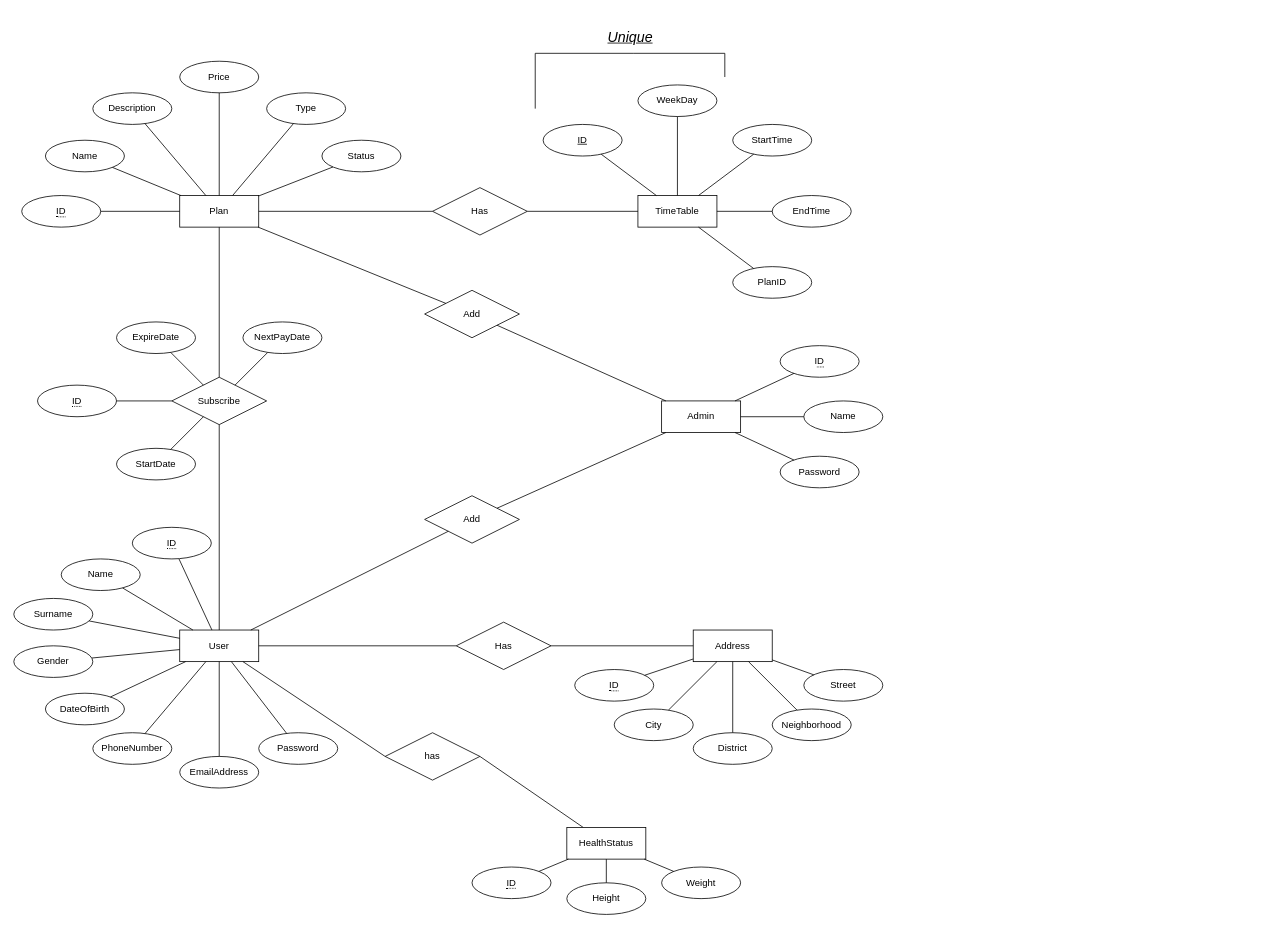
Before: ER_Diagram.drawio in batuhannoz/sports-club-management, a draw.io diagram. Source tidied: cells renumbered, new cells numbered last; positions are measured from the earlier drawing's top-left corner, leaving out a move shared by most shapes. Both pictures are drawn from the tidied source at 79%, with x=0, y=0 at pixel (13, 13).
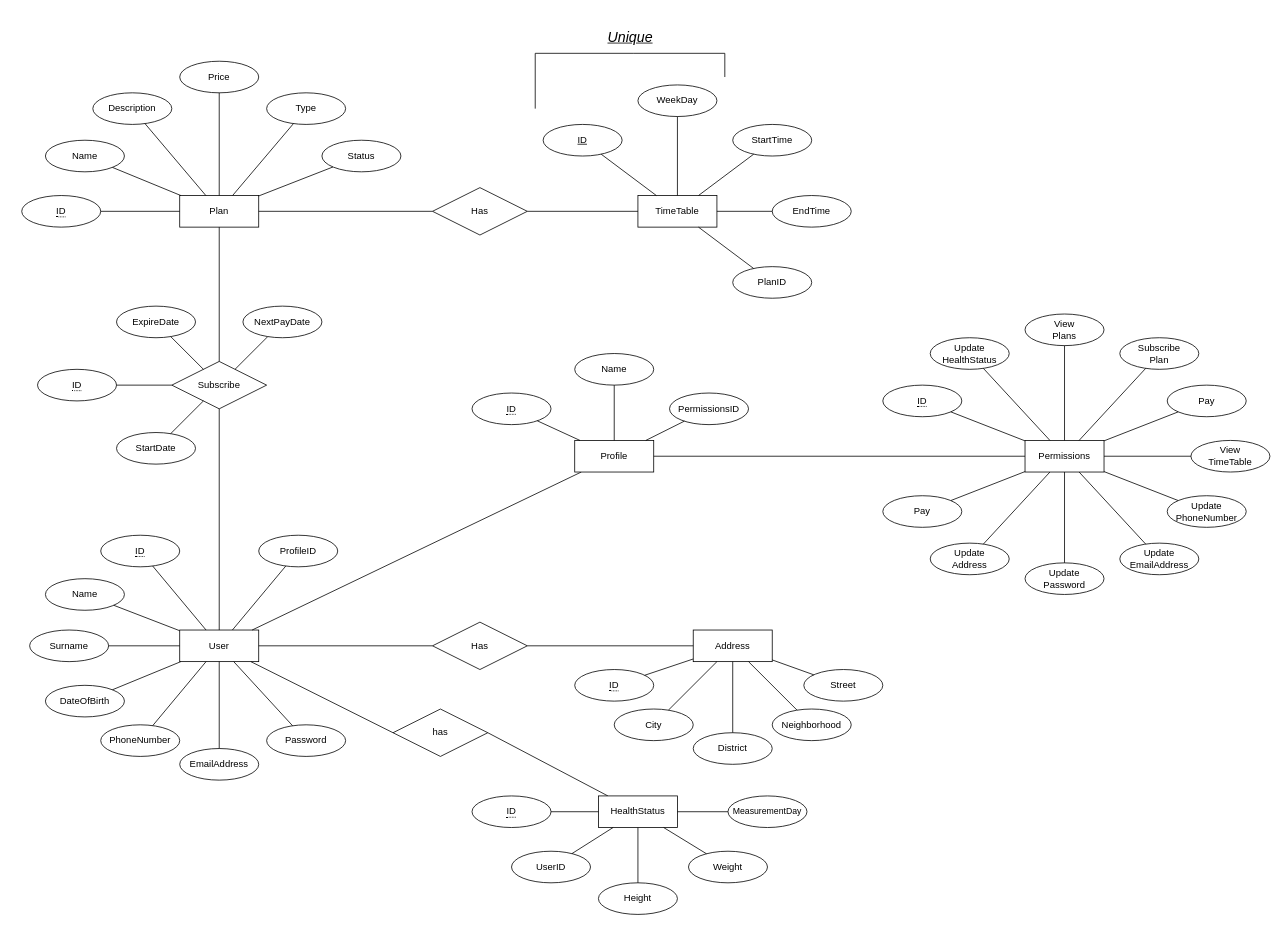
The same diagram, later.

Unchanged cells that the change refers to:
```xml
<mxCell id="2" value="User" style="whiteSpace=wrap;html=1;align=center;" parent="1" vertex="1">
  <mxGeometry x="210" y="780" width="100" height="40" as="geometry" />
</mxCell>
<mxCell id="33" value="Plan" style="whiteSpace=wrap;html=1;align=center;" parent="1" vertex="1">
  <mxGeometry x="210" y="230" width="100" height="40" as="geometry" />
</mxCell>
```

Diff of the diagram source:
```diff
@@
     <mxCell id="4" value="&lt;span style=&quot;border-bottom: 1px dotted&quot;&gt;ID&lt;/span&gt;" style="ellipse;whiteSpace=wrap;html=1;align=center;" parent="1" vertex="1">
-      <mxGeometry x="150" y="650" width="100" height="40" as="geometry" />
+      <mxGeometry x="110" y="660" width="100" height="40" as="geometry" />
     </mxCell>
     <mxCell id="5" value="Surname" style="ellipse;whiteSpace=wrap;html=1;align=center;" parent="1" vertex="1">
-      <mxGeometry y="740" width="100" height="40" as="geometry" />
+      <mxGeometry x="20" y="780" width="100" height="40" as="geometry" />
     </mxCell>
@@
     <mxCell id="7" value="DateOfBirth" style="ellipse;whiteSpace=wrap;html=1;align=center;" parent="1" vertex="1">
-      <mxGeometry x="40" y="860" width="100" height="40" as="geometry" />
+      <mxGeometry x="40" y="850" width="100" height="40" as="geometry" />
     </mxCell>
@@
     <mxCell id="9" value="EmailAddress" style="ellipse;whiteSpace=wrap;html=1;align=center;" parent="1" vertex="1">
-      <mxGeometry x="210" y="940" width="100" height="40" as="geometry" />
+      <mxGeometry x="210" y="930" width="100" height="40" as="geometry" />
     </mxCell>
@@
     <mxCell id="11" value="PhoneNumber" style="ellipse;whiteSpace=wrap;html=1;align=center;" parent="1" vertex="1">
-      <mxGeometry x="100" y="910" width="100" height="40" as="geometry" />
+      <mxGeometry x="110" y="900" width="100" height="40" as="geometry" />
     </mxCell>
@@
     <mxCell id="13" value="Name" style="ellipse;whiteSpace=wrap;html=1;align=center;" parent="1" vertex="1">
-      <mxGeometry x="60" y="690" width="100" height="40" as="geometry" />
+      <mxGeometry x="40" y="715" width="100" height="40" as="geometry" />
     </mxCell>
@@
-    <mxCell id="15" value="Gender" style="ellipse;whiteSpace=wrap;html=1;align=center;" parent="1" vertex="1">
-      <mxGeometry y="800" width="100" height="40" as="geometry" />
-    </mxCell>
-    <mxCell id="16" style="endArrow=none;html=1;rounded=0;" parent="1" edge="1" source="15" target="2">
-      <mxGeometry relative="1" as="geometry" />
-    </mxCell>
@@
     <mxCell id="18" value="Has" style="shape=rhombus;perimeter=rhombusPerimeter;whiteSpace=wrap;html=1;align=center;" parent="1" vertex="1">
-      <mxGeometry x="560" y="770" width="120" height="60" as="geometry" />
+      <mxGeometry x="530" y="770" width="120" height="60" as="geometry" />
     </mxCell>
@@
     <mxCell id="31" value="Subscribe" style="shape=rhombus;perimeter=rhombusPerimeter;whiteSpace=wrap;html=1;align=center;" parent="1" vertex="1">
-      <mxGeometry x="200" y="460" width="120" height="60" as="geometry" />
+      <mxGeometry x="200" y="440" width="120" height="60" as="geometry" />
     </mxCell>
@@
     <mxCell id="45" value="&lt;span style=&quot;border-bottom: 1px dotted&quot;&gt;ID&lt;/span&gt;" style="ellipse;whiteSpace=wrap;html=1;align=center;" parent="1" vertex="1">
-      <mxGeometry x="30" y="470" width="100" height="40" as="geometry" />
+      <mxGeometry x="30" y="450" width="100" height="40" as="geometry" />
     </mxCell>
@@
     <mxCell id="47" value="StartDate" style="ellipse;whiteSpace=wrap;html=1;align=center;" parent="1" vertex="1">
-      <mxGeometry x="130" y="550" width="100" height="40" as="geometry" />
+      <mxGeometry x="130" y="530" width="100" height="40" as="geometry" />
     </mxCell>
@@
     <mxCell id="49" value="ExpireDate" style="ellipse;whiteSpace=wrap;html=1;align=center;" parent="1" vertex="1">
-      <mxGeometry x="130" y="390" width="100" height="40" as="geometry" />
+      <mxGeometry x="130" y="370" width="100" height="40" as="geometry" />
     </mxCell>
@@
     <mxCell id="53" value="NextPayDate" style="ellipse;whiteSpace=wrap;html=1;align=center;" parent="1" vertex="1">
-      <mxGeometry x="290" y="390" width="100" height="40" as="geometry" />
+      <mxGeometry x="290" y="370" width="100" height="40" as="geometry" />
     </mxCell>
@@
     <mxCell id="67" value="has" style="shape=rhombus;perimeter=rhombusPerimeter;whiteSpace=wrap;html=1;align=center;" parent="1" vertex="1">
-      <mxGeometry x="470" y="910" width="120" height="60" as="geometry" />
+      <mxGeometry x="480" y="880" width="120" height="60" as="geometry" />
     </mxCell>
@@
     <mxCell id="70" value="HealthStatus" style="whiteSpace=wrap;html=1;align=center;" parent="1" vertex="1">
-      <mxGeometry x="700" y="1030" width="100" height="40" as="geometry" />
+      <mxGeometry x="740" y="990" width="100" height="40" as="geometry" />
     </mxCell>
     <mxCell id="71" value="&lt;span style=&quot;border-bottom: 1px dotted&quot;&gt;ID&lt;/span&gt;" style="ellipse;whiteSpace=wrap;html=1;align=center;" parent="1" vertex="1">
-      <mxGeometry x="580" y="1080" width="100" height="40" as="geometry" />
+      <mxGeometry x="580" y="990" width="100" height="40" as="geometry" />
     </mxCell>
@@
     <mxCell id="76" value="Height" style="ellipse;whiteSpace=wrap;html=1;align=center;" parent="1" vertex="1">
-      <mxGeometry x="700" y="1100" width="100" height="40" as="geometry" />
+      <mxGeometry x="740" y="1100" width="100" height="40" as="geometry" />
     </mxCell>
@@
     <mxCell id="79" value="Weight" style="ellipse;whiteSpace=wrap;html=1;align=center;" parent="1" vertex="1">
-      <mxGeometry x="820" y="1080" width="100" height="40" as="geometry" />
+      <mxGeometry x="854" y="1060" width="100" height="40" as="geometry" />
     </mxCell>
@@
-    <mxCell id="81" value="Admin" style="whiteSpace=wrap;html=1;align=center;" parent="1" vertex="1">
-      <mxGeometry x="820" y="490" width="100" height="40" as="geometry" />
-    </mxCell>
-    <mxCell id="82" value="Password" style="ellipse;whiteSpace=wrap;html=1;align=center;" parent="1" vertex="1">
-      <mxGeometry x="310" y="910" width="100" height="40" as="geometry" />
-    </mxCell>
-    <mxCell id="83" style="endArrow=none;html=1;rounded=0;" parent="1" edge="1" source="82" target="2">
-      <mxGeometry relative="1" as="geometry" />
-    </mxCell>
-    <mxCell id="84" value="Add" style="shape=rhombus;perimeter=rhombusPerimeter;whiteSpace=wrap;html=1;align=center;" parent="1" vertex="1">
-      <mxGeometry x="520" y="350" width="120" height="60" as="geometry" />
-    </mxCell>
-    <mxCell id="85" value="Add" style="shape=rhombus;perimeter=rhombusPerimeter;whiteSpace=wrap;html=1;align=center;" parent="1" vertex="1">
-      <mxGeometry x="520" y="610" width="120" height="60" as="geometry" />
-    </mxCell>
-    <mxCell id="86" style="endArrow=none;html=1;rounded=0;" parent="1" edge="1" source="2" target="85">
-      <mxGeometry relative="1" as="geometry" />
-    </mxCell>
-    <mxCell id="87" style="endArrow=none;html=1;rounded=0;" parent="1" edge="1" source="81" target="85">
-      <mxGeometry relative="1" as="geometry" />
-    </mxCell>
-    <mxCell id="88" style="endArrow=none;html=1;rounded=0;" parent="1" edge="1" source="81" target="84">
-      <mxGeometry relative="1" as="geometry" />
-    </mxCell>
-    <mxCell id="89" style="endArrow=none;html=1;rounded=0;" parent="1" edge="1" source="33" target="84">
-      <mxGeometry relative="1" as="geometry" />
-    </mxCell>
-    <mxCell id="90" value="&lt;span style=&quot;border-bottom: 1px dotted&quot;&gt;ID&lt;/span&gt;" style="ellipse;whiteSpace=wrap;html=1;align=center;" parent="1" vertex="1">
-      <mxGeometry x="970" y="420" width="100" height="40" as="geometry" />
-    </mxCell>
-    <mxCell id="91" style="endArrow=none;html=1;rounded=0;" parent="1" edge="1" source="81" target="90">
-      <mxGeometry relative="1" as="geometry" />
-    </mxCell>
-    <mxCell id="92" value="Name" style="ellipse;whiteSpace=wrap;html=1;align=center;" parent="1" vertex="1">
-      <mxGeometry x="1000" y="490" width="100" height="40" as="geometry" />
-    </mxCell>
-    <mxCell id="93" style="endArrow=none;html=1;rounded=0;" parent="1" edge="1" source="81" target="92">
-      <mxGeometry relative="1" as="geometry" />
-    </mxCell>
-    <mxCell id="94" value="Password" style="ellipse;whiteSpace=wrap;html=1;align=center;" parent="1" vertex="1">
-      <mxGeometry x="970" y="560" width="100" height="40" as="geometry" />
-    </mxCell>
-    <mxCell id="95" style="endArrow=none;html=1;rounded=0;" parent="1" edge="1" source="81" target="94">
-      <mxGeometry relative="1" as="geometry" />
-    </mxCell>
@@
+    <mxCell id="98" style="edgeStyle=orthogonalEdgeStyle;rounded=0;orthogonalLoop=1;jettySize=auto;html=1;exitX=0.5;exitY=1;exitDx=0;exitDy=0;" parent="1" edge="1" source="9" target="9">
+      <mxGeometry relative="1" as="geometry" />
+    </mxCell>
+    <mxCell id="99" value="UserID" style="ellipse;whiteSpace=wrap;html=1;align=center;" parent="1" vertex="1">
+      <mxGeometry x="630" y="1060" width="100" height="40" as="geometry" />
+    </mxCell>
+    <mxCell id="100" style="endArrow=none;html=1;rounded=0;" parent="1" edge="1" source="99" target="70">
+      <mxGeometry relative="1" as="geometry" />
+    </mxCell>
+    <mxCell id="101" value="&lt;p style=&quot;line-height: 120%; font-size: 11px;&quot;&gt;&lt;font style=&quot;font-size: 11px;&quot;&gt;MeasurementDay&lt;/font&gt;&lt;/p&gt;" style="ellipse;whiteSpace=wrap;html=1;align=center;" parent="1" vertex="1">
+      <mxGeometry x="904" y="990" width="100" height="40" as="geometry" />
+    </mxCell>
+    <mxCell id="102" style="endArrow=none;html=1;rounded=0;" parent="1" edge="1" source="70" target="101">
+      <mxGeometry relative="1" as="geometry" />
+    </mxCell>
+    <mxCell id="103" value="Password" style="ellipse;whiteSpace=wrap;html=1;align=center;" parent="1" vertex="1">
+      <mxGeometry x="320" y="900" width="100" height="40" as="geometry" />
+    </mxCell>
+    <mxCell id="104" style="endArrow=none;html=1;rounded=0;" parent="1" edge="1" source="103" target="2">
+      <mxGeometry relative="1" as="geometry" />
+    </mxCell>
+    <mxCell id="105" value="Permissions" style="whiteSpace=wrap;html=1;align=center;" parent="1" vertex="1">
+      <mxGeometry x="1280" y="540" width="100" height="40" as="geometry" />
+    </mxCell>
+    <mxCell id="106" style="endArrow=none;html=1;rounded=0;" parent="1" edge="1" source="2" target="127">
+      <mxGeometry relative="1" as="geometry" />
+    </mxCell>
+    <mxCell id="107" value="&lt;span style=&quot;border-bottom: 1px dotted&quot;&gt;ID&lt;/span&gt;" style="ellipse;whiteSpace=wrap;html=1;align=center;" parent="1" vertex="1">
+      <mxGeometry x="1100" y="470" width="100" height="40" as="geometry" />
+    </mxCell>
+    <mxCell id="108" style="endArrow=none;html=1;rounded=0;" parent="1" edge="1" source="107" target="105">
+      <mxGeometry relative="1" as="geometry" />
+    </mxCell>
+    <mxCell id="109" value="Update&lt;br&gt;HealthStatus" style="ellipse;whiteSpace=wrap;html=1;align=center;" parent="1" vertex="1">
+      <mxGeometry x="1160" y="410" width="100" height="40" as="geometry" />
+    </mxCell>
+    <mxCell id="110" style="endArrow=none;html=1;rounded=0;" parent="1" edge="1" source="109" target="105">
+      <mxGeometry relative="1" as="geometry" />
+    </mxCell>
+    <mxCell id="111" value="View&lt;br&gt;Plans" style="ellipse;whiteSpace=wrap;html=1;align=center;" parent="1" vertex="1">
+      <mxGeometry x="1280" y="380" width="100" height="40" as="geometry" />
+    </mxCell>
+    <mxCell id="112" style="endArrow=none;html=1;rounded=0;" parent="1" edge="1" source="111" target="105">
+      <mxGeometry relative="1" as="geometry" />
+    </mxCell>
+    <mxCell id="113" value="Subscribe&lt;br&gt;Plan" style="ellipse;whiteSpace=wrap;html=1;align=center;" parent="1" vertex="1">
+      <mxGeometry x="1400" y="410" width="100" height="40" as="geometry" />
+    </mxCell>
+    <mxCell id="114" style="endArrow=none;html=1;rounded=0;" parent="1" edge="1" source="113" target="105">
+      <mxGeometry relative="1" as="geometry" />
+    </mxCell>
+    <mxCell id="115" value="View&lt;br&gt;TimeTable" style="ellipse;whiteSpace=wrap;html=1;align=center;" parent="1" vertex="1">
+      <mxGeometry x="1490" y="540" width="100" height="40" as="geometry" />
+    </mxCell>
+    <mxCell id="116" style="endArrow=none;html=1;rounded=0;" parent="1" edge="1" source="115" target="105">
+      <mxGeometry relative="1" as="geometry" />
+    </mxCell>
+    <mxCell id="117" value="Pay" style="ellipse;whiteSpace=wrap;html=1;align=center;" parent="1" vertex="1">
+      <mxGeometry x="1460" y="470" width="100" height="40" as="geometry" />
+    </mxCell>
+    <mxCell id="118" style="endArrow=none;html=1;rounded=0;" parent="1" edge="1" source="117" target="105">
+      <mxGeometry relative="1" as="geometry" />
+    </mxCell>
+    <mxCell id="119" value="ProfileID" style="ellipse;whiteSpace=wrap;html=1;align=center;" parent="1" vertex="1">
+      <mxGeometry x="310" y="660" width="100" height="40" as="geometry" />
+    </mxCell>
+    <mxCell id="120" style="endArrow=none;html=1;rounded=0;" parent="1" edge="1" source="119" target="2">
+      <mxGeometry relative="1" as="geometry" />
+    </mxCell>
+    <mxCell id="121" value="Update&lt;br&gt;PhoneNumber" style="ellipse;whiteSpace=wrap;html=1;align=center;" parent="1" vertex="1">
+      <mxGeometry x="1460" y="610" width="100" height="40" as="geometry" />
+    </mxCell>
+    <mxCell id="122" style="endArrow=none;html=1;rounded=0;" parent="1" edge="1" source="121" target="105">
+      <mxGeometry relative="1" as="geometry" />
+    </mxCell>
+    <mxCell id="123" value="Update&lt;br&gt;EmailAddress" style="ellipse;whiteSpace=wrap;html=1;align=center;" parent="1" vertex="1">
+      <mxGeometry x="1400" y="670" width="100" height="40" as="geometry" />
+    </mxCell>
+    <mxCell id="124" style="endArrow=none;html=1;rounded=0;" parent="1" edge="1" source="123" target="105">
+      <mxGeometry relative="1" as="geometry" />
+    </mxCell>
+    <mxCell id="125" value="Update&lt;br&gt;Password" style="ellipse;whiteSpace=wrap;html=1;align=center;" parent="1" vertex="1">
+      <mxGeometry x="1280" y="695" width="100" height="40" as="geometry" />
+    </mxCell>
+    <mxCell id="126" style="endArrow=none;html=1;rounded=0;" parent="1" edge="1" source="125" target="105">
+      <mxGeometry relative="1" as="geometry" />
+    </mxCell>
+    <mxCell id="127" value="Profile" style="whiteSpace=wrap;html=1;align=center;" parent="1" vertex="1">
+      <mxGeometry x="710" y="540" width="100" height="40" as="geometry" />
+    </mxCell>
+    <mxCell id="128" value="&lt;span style=&quot;border-bottom: 1px dotted&quot;&gt;ID&lt;/span&gt;" style="ellipse;whiteSpace=wrap;html=1;align=center;" parent="1" vertex="1">
+      <mxGeometry x="580" y="480" width="100" height="40" as="geometry" />
+    </mxCell>
+    <mxCell id="129" style="endArrow=none;html=1;rounded=0;" parent="1" edge="1" source="128" target="127">
+      <mxGeometry relative="1" as="geometry" />
+    </mxCell>
+    <mxCell id="92" value="Name" style="ellipse;whiteSpace=wrap;html=1;align=center;" parent="1" vertex="1">
+      <mxGeometry x="710" y="430" width="100" height="40" as="geometry" />
+    </mxCell>
+    <mxCell id="130" style="endArrow=none;html=1;rounded=0;" parent="1" edge="1" source="92" target="127">
+      <mxGeometry relative="1" as="geometry" />
+    </mxCell>
+    <mxCell id="131" value="PermissionsID" style="ellipse;whiteSpace=wrap;html=1;align=center;" parent="1" vertex="1">
+      <mxGeometry x="830" y="480" width="100" height="40" as="geometry" />
+    </mxCell>
+    <mxCell id="132" style="endArrow=none;html=1;rounded=0;" parent="1" edge="1" source="131" target="127">
+      <mxGeometry relative="1" as="geometry" />
+    </mxCell>
+    <mxCell id="133" style="endArrow=none;html=1;rounded=0;" parent="1" edge="1" source="105" target="127">
+      <mxGeometry relative="1" as="geometry" />
+    </mxCell>
+    <mxCell id="134" value="Update&lt;br&gt;Address" style="ellipse;whiteSpace=wrap;html=1;align=center;" parent="1" vertex="1">
+      <mxGeometry x="1160" y="670" width="100" height="40" as="geometry" />
+    </mxCell>
+    <mxCell id="135" style="endArrow=none;html=1;rounded=0;" parent="1" edge="1" source="134" target="105">
+      <mxGeometry relative="1" as="geometry" />
+    </mxCell>
+    <mxCell id="136" value="Pay" style="ellipse;whiteSpace=wrap;html=1;align=center;" parent="1" vertex="1">
+      <mxGeometry x="1100" y="610" width="100" height="40" as="geometry" />
+    </mxCell>
+    <mxCell id="137" style="endArrow=none;html=1;rounded=0;" parent="1" edge="1" source="136" target="105">
+      <mxGeometry relative="1" as="geometry" />
+    </mxCell>
```
